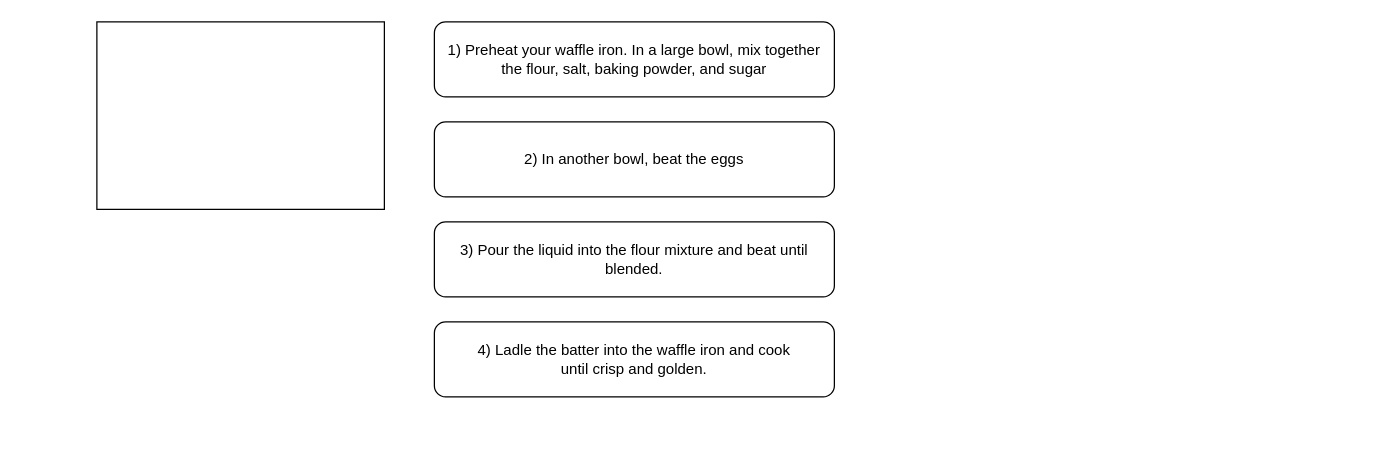
The draw.io diagram Untitled Diagram.drawio in yklogos/AIFA-Assignment-1, before the edit. Source tidied: cells renumbered, new cells numbered last; positions are measured from the earlier drawing's top-left corner, leaving out a move shared by most shapes. Both pictures are drawn from the tidied source at 125%, with x=0, y=0 at pixel (96, 21).
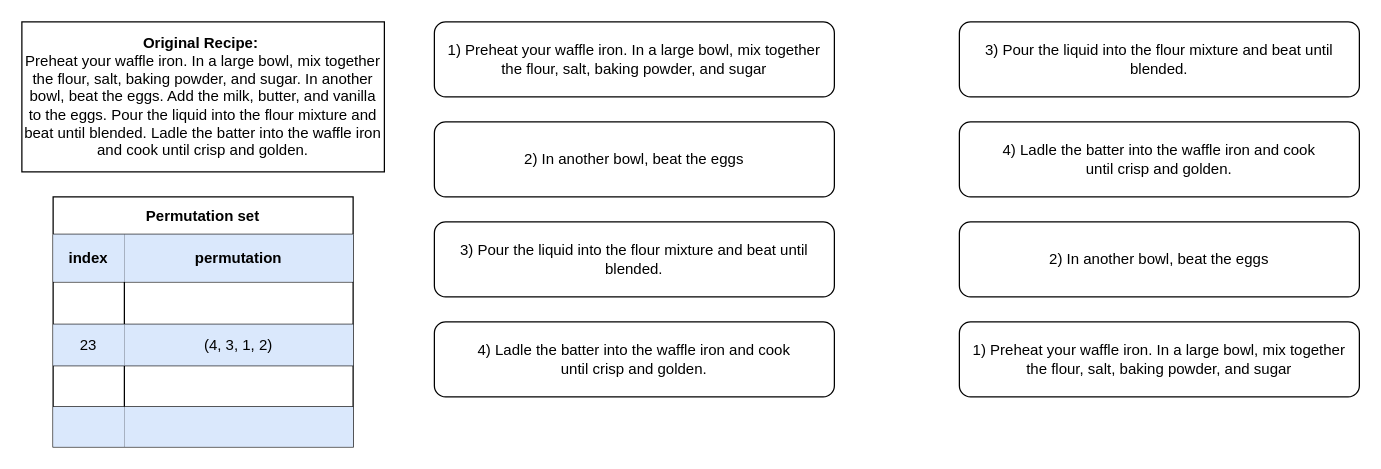
Above is the later version.

Change to the diagram source:
```diff
@@
-    <mxCell id="6" style="rounded=0;whiteSpace=wrap;html=1;" parent="1" vertex="1">
-      <mxGeometry width="230" height="150" as="geometry" />
+    <mxCell id="6" value="&lt;b&gt;Original Recipe:&amp;nbsp;&lt;/b&gt;&lt;br&gt;Preheat your waffle iron. In a large bowl, mix together&lt;br&gt;the flour, salt, baking powder, and sugar. In another bowl, beat the eggs. Add the milk, butter, and vanilla to the eggs. Pour the liquid into the flour mixture and beat until blended. Ladle the batter into the waffle iron and cook until crisp and golden." style="rounded=0;whiteSpace=wrap;html=1;" parent="1" vertex="1">
+      <mxGeometry x="-60" width="290" height="120" as="geometry" />
     </mxCell>
+    <mxCell id="7" value="Permutation set" style="shape=table;startSize=30;childLayout=tableLayout;fontStyle=1;align=center;" parent="1" vertex="1">
+      <mxGeometry x="-35" y="140" width="240" height="200" as="geometry" />
+    </mxCell>
+    <mxCell id="8" style="shape=tableRow;horizontal=0;startSize=0;swimlaneHead=0;swimlaneBody=0;top=0;left=0;bottom=0;right=0;fillColor=none;" parent="7" vertex="1">
+      <mxGeometry y="30" width="240" height="38" as="geometry" />
+    </mxCell>
+    <mxCell id="9" value="index" style="shape=partialRectangle;html=1;whiteSpace=wrap;fillColor=#dae8fc;top=0;left=0;bottom=0;right=0;overflow=hidden;fontStyle=1;strokeColor=#6c8ebf;" parent="8" vertex="1">
+      <mxGeometry width="57" height="38" as="geometry" />
+    </mxCell>
+    <mxCell id="10" value="permutation" style="shape=partialRectangle;html=1;whiteSpace=wrap;fillColor=#dae8fc;top=0;left=0;bottom=0;right=0;overflow=hidden;fontStyle=1;strokeColor=#6c8ebf;" parent="8" vertex="1">
+      <mxGeometry x="57" width="183" height="38" as="geometry" />
+    </mxCell>
+    <mxCell id="11" style="shape=tableRow;horizontal=0;startSize=0;swimlaneHead=0;swimlaneBody=0;top=0;left=0;bottom=0;right=0;fillColor=none;" parent="7" vertex="1">
+      <mxGeometry y="68" width="240" height="34" as="geometry" />
+    </mxCell>
+    <mxCell id="12" style="shape=partialRectangle;html=1;whiteSpace=wrap;fillColor=none;top=0;left=0;bottom=0;right=0;overflow=hidden;" parent="11" vertex="1">
+      <mxGeometry width="57" height="34" as="geometry" />
+    </mxCell>
+    <mxCell id="13" style="shape=partialRectangle;html=1;whiteSpace=wrap;fillColor=none;top=0;left=0;bottom=0;right=0;overflow=hidden;" parent="11" vertex="1">
+      <mxGeometry x="57" width="183" height="34" as="geometry" />
+    </mxCell>
+    <mxCell id="14" style="shape=tableRow;horizontal=0;startSize=0;swimlaneHead=0;swimlaneBody=0;top=0;left=0;bottom=0;right=0;fillColor=none;" parent="7" vertex="1">
+      <mxGeometry y="102" width="240" height="33" as="geometry" />
+    </mxCell>
+    <mxCell id="15" value="23" style="shape=partialRectangle;html=1;whiteSpace=wrap;fillColor=#dae8fc;top=0;left=0;bottom=0;right=0;overflow=hidden;strokeColor=#6c8ebf;" parent="14" vertex="1">
+      <mxGeometry width="57" height="33" as="geometry" />
+    </mxCell>
+    <mxCell id="16" value="(4, 3, 1, 2)" style="shape=partialRectangle;html=1;whiteSpace=wrap;fillColor=#dae8fc;top=0;left=0;bottom=0;right=0;overflow=hidden;strokeColor=#6c8ebf;" parent="14" vertex="1">
+      <mxGeometry x="57" width="183" height="33" as="geometry" />
+    </mxCell>
+    <mxCell id="17" style="shape=tableRow;horizontal=0;startSize=0;swimlaneHead=0;swimlaneBody=0;top=0;left=0;bottom=0;right=0;fillColor=none;" parent="7" vertex="1">
+      <mxGeometry y="135" width="240" height="33" as="geometry" />
+    </mxCell>
+    <mxCell id="18" style="shape=partialRectangle;html=1;whiteSpace=wrap;fillColor=none;top=0;left=0;bottom=0;right=0;overflow=hidden;" parent="17" vertex="1">
+      <mxGeometry width="57" height="33" as="geometry" />
+    </mxCell>
+    <mxCell id="19" style="shape=partialRectangle;html=1;whiteSpace=wrap;fillColor=none;top=0;left=0;bottom=0;right=0;overflow=hidden;" parent="17" vertex="1">
+      <mxGeometry x="57" width="183" height="33" as="geometry" />
+    </mxCell>
+    <mxCell id="20" style="shape=tableRow;horizontal=0;startSize=0;swimlaneHead=0;swimlaneBody=0;top=0;left=0;bottom=0;right=0;fillColor=none;" parent="7" vertex="1">
+      <mxGeometry y="168" width="240" height="32" as="geometry" />
+    </mxCell>
+    <mxCell id="21" style="shape=partialRectangle;html=1;whiteSpace=wrap;fillColor=#dae8fc;top=0;left=0;bottom=0;right=0;overflow=hidden;strokeColor=#6c8ebf;" parent="20" vertex="1">
+      <mxGeometry width="57" height="32" as="geometry" />
+    </mxCell>
+    <mxCell id="22" style="shape=partialRectangle;html=1;whiteSpace=wrap;fillColor=#dae8fc;top=0;left=0;bottom=0;right=0;overflow=hidden;strokeColor=#6c8ebf;" parent="20" vertex="1">
+      <mxGeometry x="57" width="183" height="32" as="geometry" />
+    </mxCell>
+    <mxCell id="23" value="1) Preheat your waffle iron. In a large bowl, mix together&lt;br&gt;the flour, salt, baking powder, and sugar" style="rounded=1;whiteSpace=wrap;html=1;" parent="1" vertex="1">
+      <mxGeometry x="690" y="240" width="320" height="60" as="geometry" />
+    </mxCell>
+    <mxCell id="24" value="2) In another bowl, beat the eggs" style="rounded=1;whiteSpace=wrap;html=1;" parent="1" vertex="1">
+      <mxGeometry x="690" y="160" width="320" height="60" as="geometry" />
+    </mxCell>
+    <mxCell id="25" value="3) Pour the liquid into the flour mixture and beat until&lt;br&gt;blended." style="rounded=1;whiteSpace=wrap;html=1;" parent="1" vertex="1">
+      <mxGeometry x="690" width="320" height="60" as="geometry" />
+    </mxCell>
+    <mxCell id="26" value="4) Ladle the batter into the waffle iron and cook&lt;br/&gt;until crisp and golden." style="rounded=1;whiteSpace=wrap;html=1;" parent="1" vertex="1">
+      <mxGeometry x="690" y="80" width="320" height="60" as="geometry" />
+    </mxCell>
```
